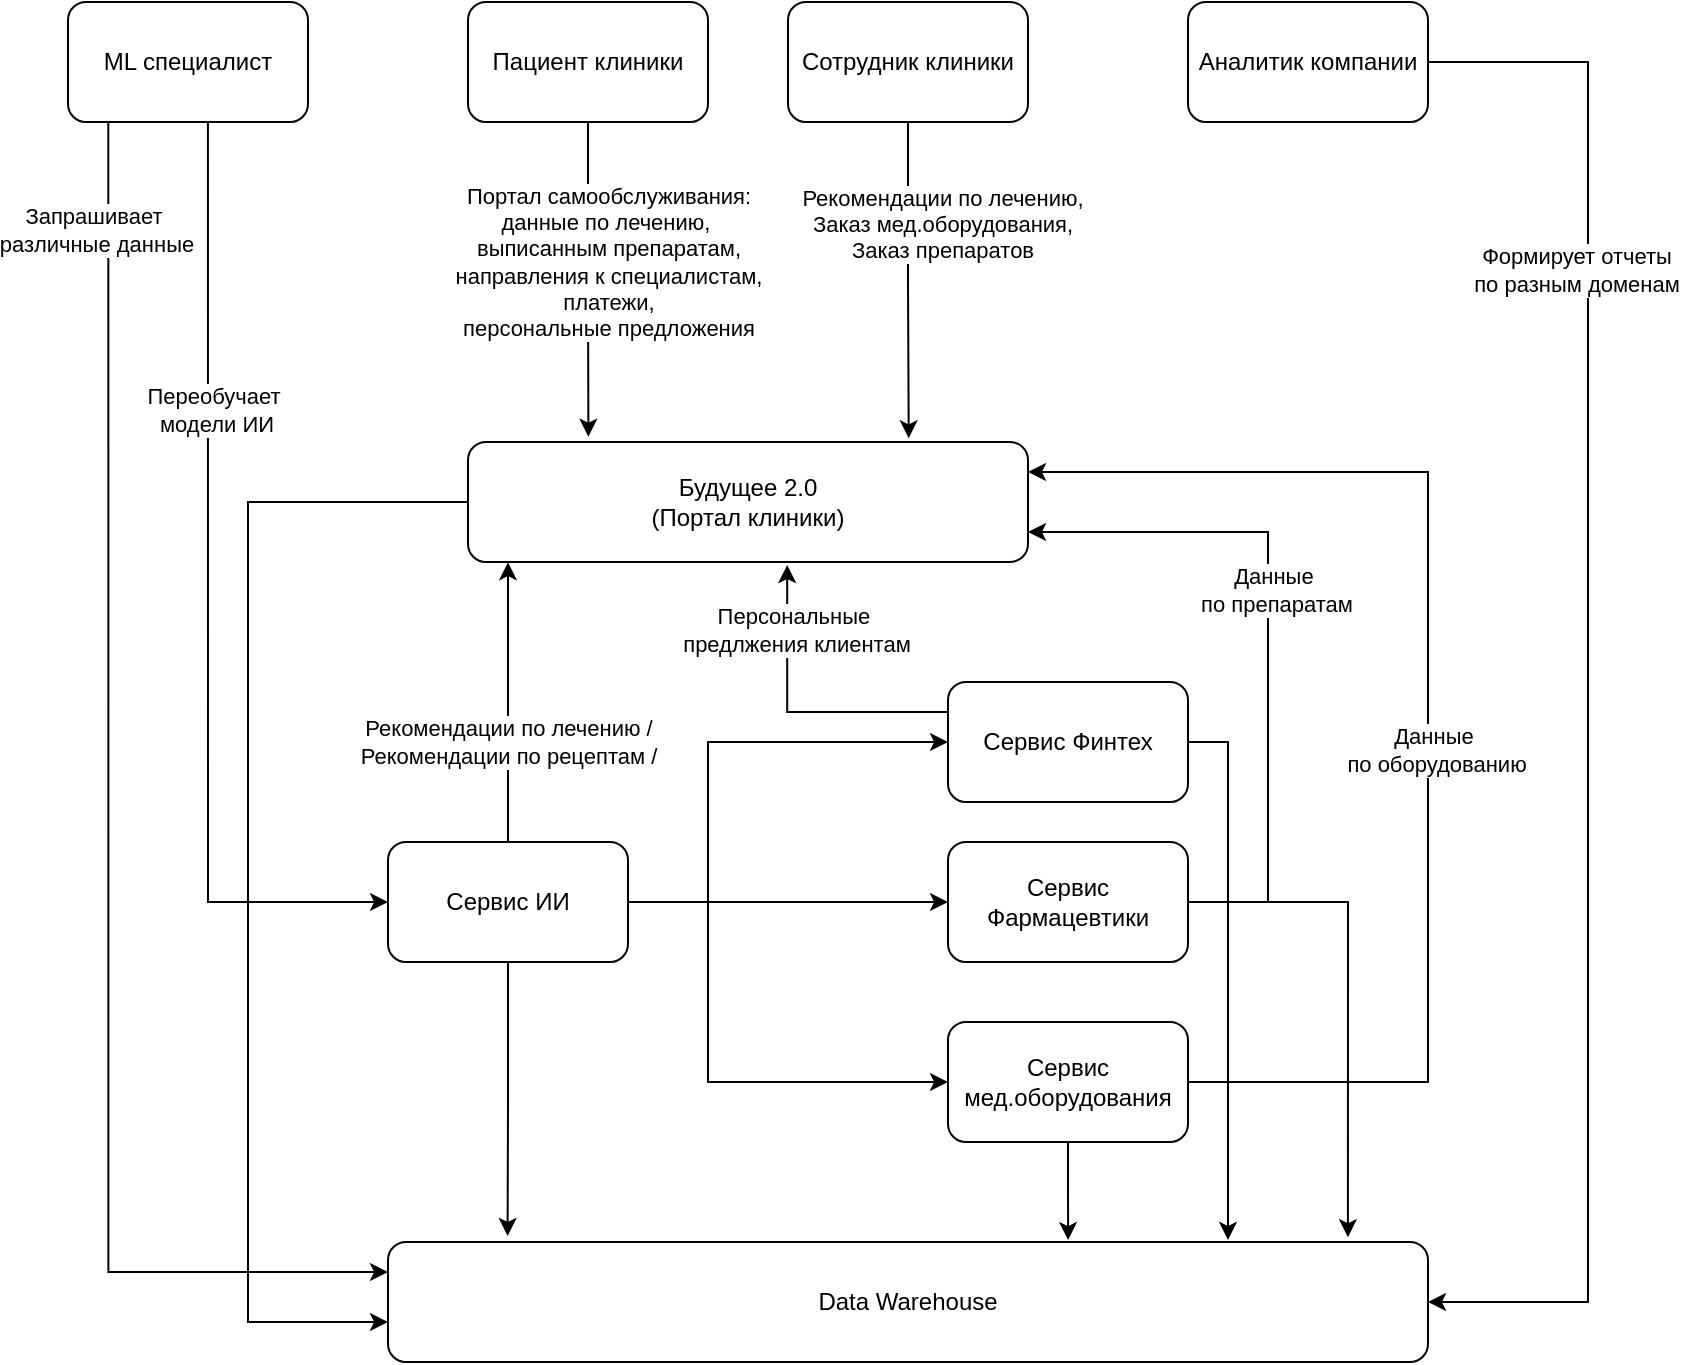
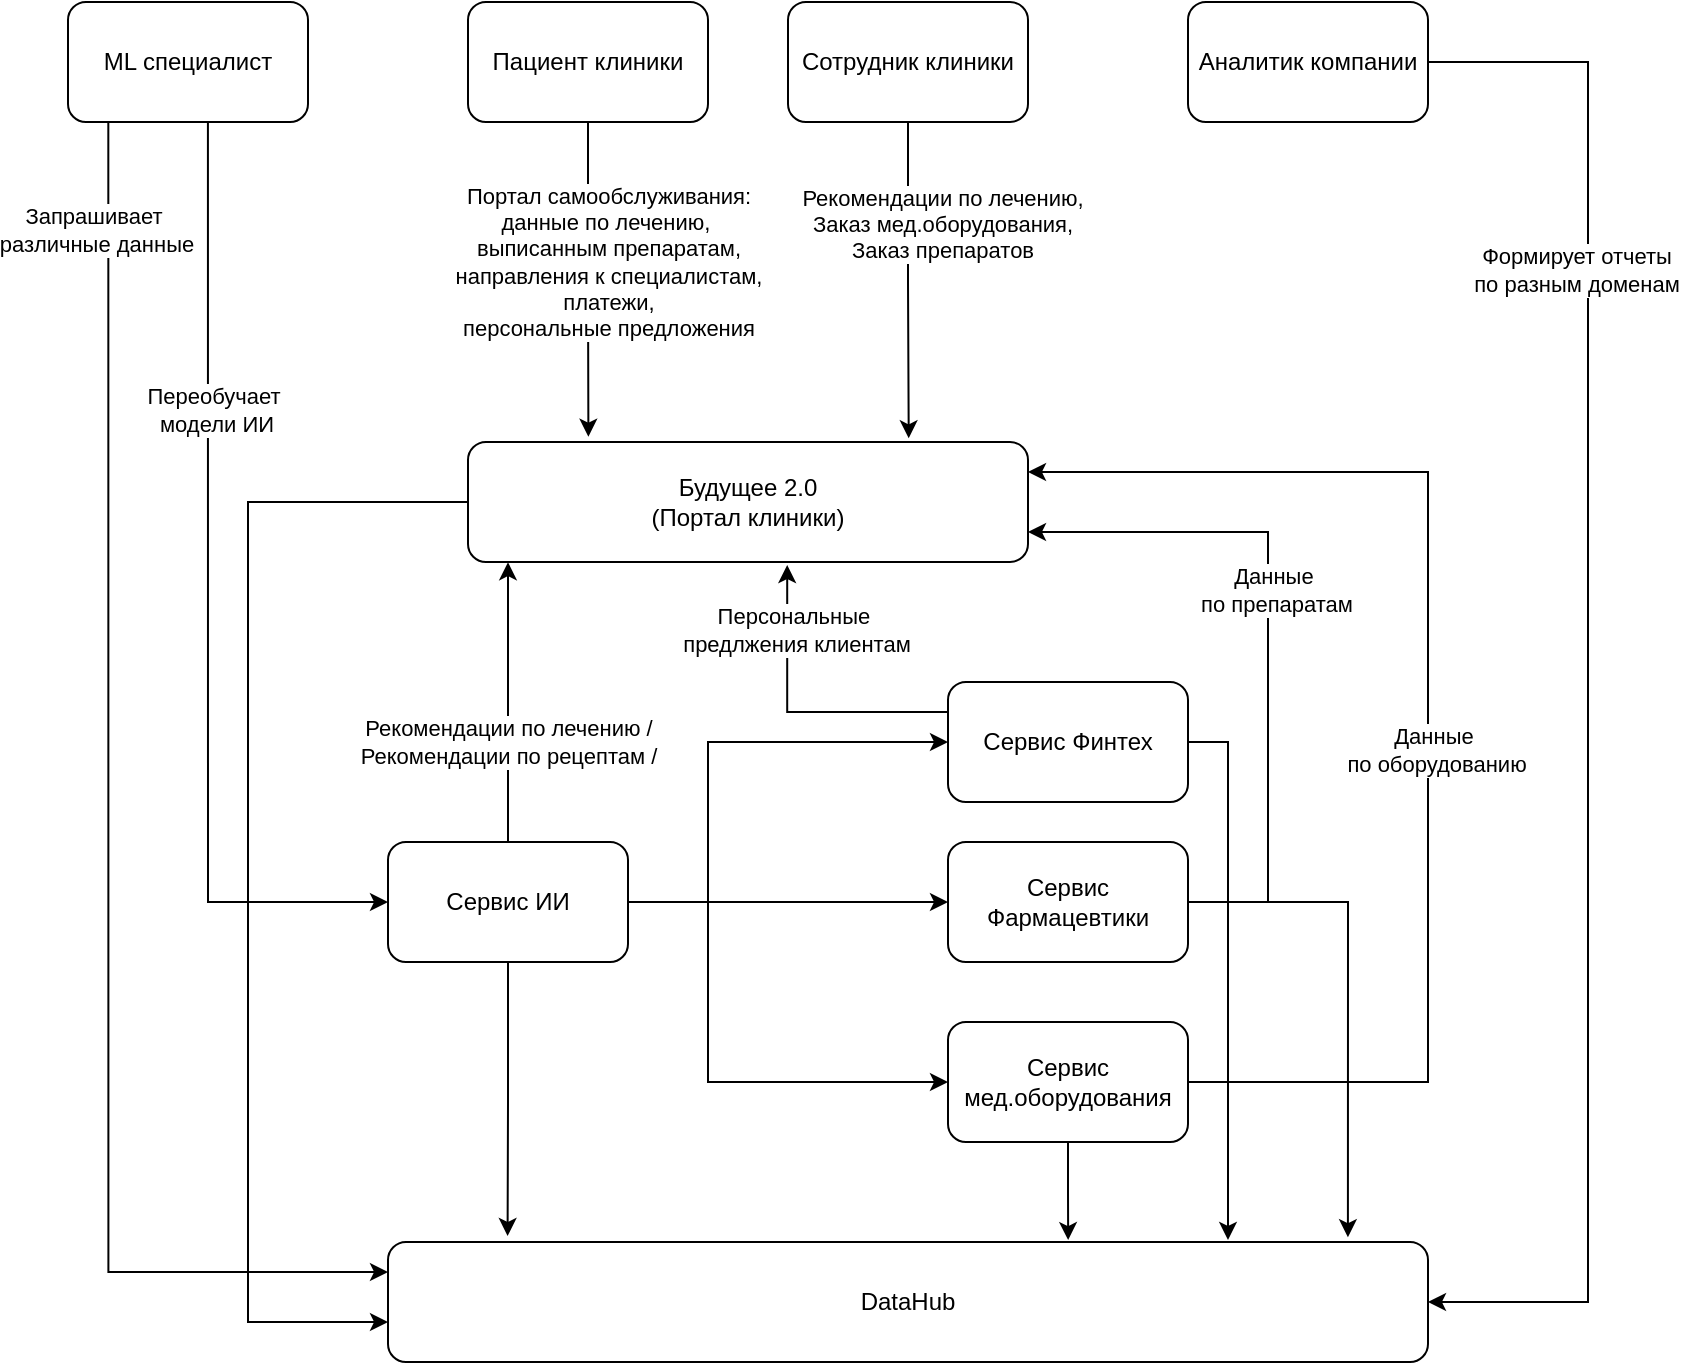
<mxfile host="Electron" agent="Mozilla/5.0 (Windows NT 10.0; Win64; x64) AppleWebKit/537.36 (KHTML, like Gecko) draw.io/26.2.15 Chrome/134.0.6998.205 Electron/35.2.1 Safari/537.36" version="26.2.15">
  <diagram name="Page-1" id="1I2C4oL9vxM1ZjqsWMkg">
-     <mxGraphModel dx="2677" dy="934" grid="1" gridSize="10" guides="1" tooltips="1" connect="1" arrows="1" fold="1" page="1" pageScale="1" pageWidth="827" pageHeight="1169" math="0" shadow="0">
+     <mxGraphModel dx="2492" dy="841" grid="1" gridSize="10" guides="1" tooltips="1" connect="1" arrows="1" fold="1" page="1" pageScale="1" pageWidth="827" pageHeight="1169" math="0" shadow="0">
      <root>
        <mxCell id="0" />
        <mxCell id="1" parent="0" />
-         <mxCell id="lUhLU4R9TQAHSMa_rPg--4" style="edgeStyle=orthogonalEdgeStyle;rounded=0;orthogonalLoop=1;jettySize=auto;html=1;exitX=0;exitY=0.5;exitDx=0;exitDy=0;entryX=0;entryY=0.667;entryDx=0;entryDy=0;entryPerimeter=0;" edge="1" parent="1" source="w_jysRJnu_GX03e_4apo-5" target="lUhLU4R9TQAHSMa_rPg--1">
+         <mxCell id="lUhLU4R9TQAHSMa_rPg--4" style="edgeStyle=orthogonalEdgeStyle;rounded=0;orthogonalLoop=1;jettySize=auto;html=1;exitX=0;exitY=0.5;exitDx=0;exitDy=0;entryX=0;entryY=0.667;entryDx=0;entryDy=0;entryPerimeter=0;" parent="1" source="w_jysRJnu_GX03e_4apo-5" target="lUhLU4R9TQAHSMa_rPg--1" edge="1">
          <mxGeometry relative="1" as="geometry">
            <mxPoint x="110" y="680" as="targetPoint" />
            <Array as="points">
              <mxPoint x="50" y="270" />
              <mxPoint x="50" y="680" />
            </Array>
          </mxGeometry>
        </mxCell>
        <mxCell id="w_jysRJnu_GX03e_4apo-5" value="Будущее 2.0 &lt;br&gt;(Портал клиники)" style="rounded=1;whiteSpace=wrap;html=1;" parent="1" vertex="1">
          <mxGeometry x="160" y="240" width="280" height="60" as="geometry" />
        </mxCell>
        <mxCell id="w_jysRJnu_GX03e_4apo-6" value="Сервис Финтех" style="rounded=1;whiteSpace=wrap;html=1;" parent="1" vertex="1">
          <mxGeometry x="400" y="360" width="120" height="60" as="geometry" />
        </mxCell>
        <mxCell id="w_jysRJnu_GX03e_4apo-39" style="edgeStyle=orthogonalEdgeStyle;rounded=0;orthogonalLoop=1;jettySize=auto;html=1;exitX=1;exitY=0.5;exitDx=0;exitDy=0;entryX=1;entryY=0.75;entryDx=0;entryDy=0;" parent="1" source="w_jysRJnu_GX03e_4apo-7" target="w_jysRJnu_GX03e_4apo-5" edge="1">
          <mxGeometry relative="1" as="geometry">
            <Array as="points">
              <mxPoint x="560" y="470" />
              <mxPoint x="560" y="285" />
            </Array>
          </mxGeometry>
        </mxCell>
-         <mxCell id="lUhLU4R9TQAHSMa_rPg--6" style="edgeStyle=orthogonalEdgeStyle;rounded=0;orthogonalLoop=1;jettySize=auto;html=1;exitX=1;exitY=0.5;exitDx=0;exitDy=0;entryX=0.923;entryY=-0.04;entryDx=0;entryDy=0;entryPerimeter=0;" edge="1" parent="1" source="w_jysRJnu_GX03e_4apo-7" target="lUhLU4R9TQAHSMa_rPg--1">
+         <mxCell id="lUhLU4R9TQAHSMa_rPg--6" style="edgeStyle=orthogonalEdgeStyle;rounded=0;orthogonalLoop=1;jettySize=auto;html=1;exitX=1;exitY=0.5;exitDx=0;exitDy=0;entryX=0.923;entryY=-0.04;entryDx=0;entryDy=0;entryPerimeter=0;" parent="1" source="w_jysRJnu_GX03e_4apo-7" target="lUhLU4R9TQAHSMa_rPg--1" edge="1">
          <mxGeometry relative="1" as="geometry">
            <mxPoint x="600" y="630" as="targetPoint" />
            <Array as="points">
              <mxPoint x="600" y="470" />
            </Array>
          </mxGeometry>
        </mxCell>
        <mxCell id="w_jysRJnu_GX03e_4apo-7" value="Сервис Фармацевтики" style="rounded=1;whiteSpace=wrap;html=1;" parent="1" vertex="1">
          <mxGeometry x="400" y="440" width="120" height="60" as="geometry" />
        </mxCell>
        <mxCell id="w_jysRJnu_GX03e_4apo-34" style="edgeStyle=orthogonalEdgeStyle;rounded=0;orthogonalLoop=1;jettySize=auto;html=1;exitX=1;exitY=0.5;exitDx=0;exitDy=0;entryX=0;entryY=0.5;entryDx=0;entryDy=0;" parent="1" source="w_jysRJnu_GX03e_4apo-16" target="w_jysRJnu_GX03e_4apo-6" edge="1">
          <mxGeometry relative="1" as="geometry">
            <mxPoint x="440" y="390.0000000000001" as="targetPoint" />
            <Array as="points">
              <mxPoint x="280" y="470" />
              <mxPoint x="280" y="390" />
            </Array>
          </mxGeometry>
        </mxCell>
        <mxCell id="w_jysRJnu_GX03e_4apo-35" style="edgeStyle=orthogonalEdgeStyle;rounded=0;orthogonalLoop=1;jettySize=auto;html=1;exitX=1;exitY=0.5;exitDx=0;exitDy=0;entryX=0;entryY=0.5;entryDx=0;entryDy=0;" parent="1" source="w_jysRJnu_GX03e_4apo-16" target="w_jysRJnu_GX03e_4apo-17" edge="1">
          <mxGeometry relative="1" as="geometry">
            <Array as="points">
              <mxPoint x="280" y="470" />
              <mxPoint x="280" y="560" />
            </Array>
          </mxGeometry>
        </mxCell>
        <mxCell id="w_jysRJnu_GX03e_4apo-36" style="edgeStyle=orthogonalEdgeStyle;rounded=0;orthogonalLoop=1;jettySize=auto;html=1;exitX=1;exitY=0.5;exitDx=0;exitDy=0;entryX=0;entryY=0.5;entryDx=0;entryDy=0;" parent="1" source="w_jysRJnu_GX03e_4apo-16" target="w_jysRJnu_GX03e_4apo-7" edge="1">
          <mxGeometry relative="1" as="geometry" />
        </mxCell>
        <mxCell id="w_jysRJnu_GX03e_4apo-16" value="Сервис ИИ" style="rounded=1;whiteSpace=wrap;html=1;" parent="1" vertex="1">
          <mxGeometry x="120" y="440" width="120" height="60" as="geometry" />
        </mxCell>
        <mxCell id="w_jysRJnu_GX03e_4apo-41" style="edgeStyle=orthogonalEdgeStyle;rounded=0;orthogonalLoop=1;jettySize=auto;html=1;exitX=1;exitY=0.5;exitDx=0;exitDy=0;entryX=1;entryY=0.25;entryDx=0;entryDy=0;" parent="1" source="w_jysRJnu_GX03e_4apo-17" target="w_jysRJnu_GX03e_4apo-5" edge="1">
          <mxGeometry relative="1" as="geometry">
            <Array as="points">
              <mxPoint x="640" y="560" />
              <mxPoint x="640" y="255" />
            </Array>
          </mxGeometry>
        </mxCell>
        <mxCell id="w_jysRJnu_GX03e_4apo-17" value="Сервис мед.оборудования" style="rounded=1;whiteSpace=wrap;html=1;" parent="1" vertex="1">
          <mxGeometry x="400" y="530" width="120" height="60" as="geometry" />
        </mxCell>
        <mxCell id="w_jysRJnu_GX03e_4apo-22" value="Пациент клиники" style="rounded=1;whiteSpace=wrap;html=1;" parent="1" vertex="1">
          <mxGeometry x="160" y="20" width="120" height="60" as="geometry" />
        </mxCell>
        <mxCell id="w_jysRJnu_GX03e_4apo-23" value="Сотрудник клиники" style="rounded=1;whiteSpace=wrap;html=1;" parent="1" vertex="1">
          <mxGeometry x="320" y="20" width="120" height="60" as="geometry" />
        </mxCell>
        <mxCell id="w_jysRJnu_GX03e_4apo-26" style="edgeStyle=orthogonalEdgeStyle;rounded=0;orthogonalLoop=1;jettySize=auto;html=1;exitX=0.5;exitY=0;exitDx=0;exitDy=0;entryX=0.068;entryY=1.001;entryDx=0;entryDy=0;entryPerimeter=0;" parent="1" source="w_jysRJnu_GX03e_4apo-16" target="w_jysRJnu_GX03e_4apo-5" edge="1">
          <mxGeometry relative="1" as="geometry">
            <mxPoint x="179" y="303" as="targetPoint" />
            <Array as="points">
              <mxPoint x="180" y="300" />
            </Array>
          </mxGeometry>
        </mxCell>
        <mxCell id="w_jysRJnu_GX03e_4apo-27" value="Рекомендации по лечению /&lt;div&gt;Рекомендации по рецептам /&lt;br&gt;&lt;/div&gt;" style="edgeLabel;html=1;align=center;verticalAlign=middle;resizable=0;points=[];" parent="1" vertex="1" connectable="0">
          <mxGeometry x="180.00344827586207" y="390" as="geometry" />
        </mxCell>
        <mxCell id="w_jysRJnu_GX03e_4apo-37" style="edgeStyle=orthogonalEdgeStyle;rounded=0;orthogonalLoop=1;jettySize=auto;html=1;exitX=0;exitY=0.25;exitDx=0;exitDy=0;entryX=0.57;entryY=1.025;entryDx=0;entryDy=0;entryPerimeter=0;" parent="1" source="w_jysRJnu_GX03e_4apo-6" target="w_jysRJnu_GX03e_4apo-5" edge="1">
          <mxGeometry relative="1" as="geometry" />
        </mxCell>
        <mxCell id="w_jysRJnu_GX03e_4apo-38" value="Персональные&amp;nbsp;&lt;div&gt;предлжения клиентам&lt;/div&gt;" style="edgeLabel;html=1;align=center;verticalAlign=middle;resizable=0;points=[];" parent="1" vertex="1" connectable="0">
          <mxGeometry x="330.00344827586207" y="340" as="geometry">
            <mxPoint x="-6" y="-6" as="offset" />
          </mxGeometry>
        </mxCell>
        <mxCell id="w_jysRJnu_GX03e_4apo-40" value="Данные&amp;nbsp;&lt;div&gt;по препаратам&lt;/div&gt;" style="edgeLabel;html=1;align=center;verticalAlign=middle;resizable=0;points=[];" parent="1" vertex="1" connectable="0">
          <mxGeometry x="570.0034482758621" y="320" as="geometry">
            <mxPoint x="-6" y="-6" as="offset" />
          </mxGeometry>
        </mxCell>
        <mxCell id="w_jysRJnu_GX03e_4apo-42" value="Данные&amp;nbsp;&lt;div&gt;по оборудованию&lt;/div&gt;" style="edgeLabel;html=1;align=center;verticalAlign=middle;resizable=0;points=[];" parent="1" vertex="1" connectable="0">
          <mxGeometry x="650.0034482758621" y="400" as="geometry">
            <mxPoint x="-6" y="-6" as="offset" />
          </mxGeometry>
        </mxCell>
        <mxCell id="w_jysRJnu_GX03e_4apo-43" style="edgeStyle=orthogonalEdgeStyle;rounded=0;orthogonalLoop=1;jettySize=auto;html=1;exitX=0.5;exitY=1;exitDx=0;exitDy=0;entryX=0.215;entryY=-0.044;entryDx=0;entryDy=0;entryPerimeter=0;" parent="1" source="w_jysRJnu_GX03e_4apo-22" target="w_jysRJnu_GX03e_4apo-5" edge="1">
          <mxGeometry relative="1" as="geometry" />
        </mxCell>
        <mxCell id="w_jysRJnu_GX03e_4apo-44" style="edgeStyle=orthogonalEdgeStyle;rounded=0;orthogonalLoop=1;jettySize=auto;html=1;exitX=0.5;exitY=1;exitDx=0;exitDy=0;entryX=0.787;entryY=-0.031;entryDx=0;entryDy=0;entryPerimeter=0;" parent="1" source="w_jysRJnu_GX03e_4apo-23" target="w_jysRJnu_GX03e_4apo-5" edge="1">
          <mxGeometry relative="1" as="geometry" />
        </mxCell>
        <mxCell id="w_jysRJnu_GX03e_4apo-45" value="&lt;div&gt;Портал самообслуживания:&lt;/div&gt;&lt;div&gt;данные по лечению,&amp;nbsp;&lt;/div&gt;&lt;div&gt;выписанным препаратам,&lt;/div&gt;&lt;div&gt;направления к специалистам,&lt;/div&gt;&lt;div&gt;платежи,&lt;/div&gt;&lt;div&gt;персональные предложения&lt;/div&gt;" style="edgeLabel;html=1;align=center;verticalAlign=middle;resizable=0;points=[];" parent="1" vertex="1" connectable="0">
          <mxGeometry x="230.00344827586207" y="150" as="geometry" />
        </mxCell>
        <mxCell id="w_jysRJnu_GX03e_4apo-47" value="Рекомендации по лечению,&lt;div&gt;Заказ мед.оборудования,&lt;/div&gt;&lt;div&gt;Заказ препаратов&lt;/div&gt;" style="edgeLabel;html=1;align=center;verticalAlign=middle;resizable=0;points=[];" parent="1" vertex="1" connectable="0">
          <mxGeometry x="180.00344827586207" y="340" as="geometry">
            <mxPoint x="217" y="-209" as="offset" />
          </mxGeometry>
        </mxCell>
-         <mxCell id="lUhLU4R9TQAHSMa_rPg--1" value="Data Warehouse" style="rounded=1;whiteSpace=wrap;html=1;" vertex="1" parent="1">
+         <mxCell id="lUhLU4R9TQAHSMa_rPg--1" value="DataHub" style="rounded=1;whiteSpace=wrap;html=1;" parent="1" vertex="1">
          <mxGeometry x="120" y="640" width="520" height="60" as="geometry" />
        </mxCell>
-         <mxCell id="lUhLU4R9TQAHSMa_rPg--2" style="edgeStyle=orthogonalEdgeStyle;rounded=0;orthogonalLoop=1;jettySize=auto;html=1;exitX=0.5;exitY=1;exitDx=0;exitDy=0;entryX=0.115;entryY=-0.05;entryDx=0;entryDy=0;entryPerimeter=0;" edge="1" parent="1" source="w_jysRJnu_GX03e_4apo-16" target="lUhLU4R9TQAHSMa_rPg--1">
+         <mxCell id="lUhLU4R9TQAHSMa_rPg--2" style="edgeStyle=orthogonalEdgeStyle;rounded=0;orthogonalLoop=1;jettySize=auto;html=1;exitX=0.5;exitY=1;exitDx=0;exitDy=0;entryX=0.115;entryY=-0.05;entryDx=0;entryDy=0;entryPerimeter=0;" parent="1" source="w_jysRJnu_GX03e_4apo-16" target="lUhLU4R9TQAHSMa_rPg--1" edge="1">
          <mxGeometry relative="1" as="geometry" />
        </mxCell>
-         <mxCell id="lUhLU4R9TQAHSMa_rPg--5" style="edgeStyle=orthogonalEdgeStyle;rounded=0;orthogonalLoop=1;jettySize=auto;html=1;exitX=1;exitY=0.5;exitDx=0;exitDy=0;" edge="1" parent="1" source="w_jysRJnu_GX03e_4apo-6">
+         <mxCell id="lUhLU4R9TQAHSMa_rPg--5" style="edgeStyle=orthogonalEdgeStyle;rounded=0;orthogonalLoop=1;jettySize=auto;html=1;exitX=1;exitY=0.5;exitDx=0;exitDy=0;" parent="1" source="w_jysRJnu_GX03e_4apo-6" edge="1">
          <mxGeometry relative="1" as="geometry">
            <mxPoint x="540" y="639" as="targetPoint" />
            <Array as="points">
              <mxPoint x="540" y="390" />
              <mxPoint x="540" y="639" />
            </Array>
          </mxGeometry>
        </mxCell>
-         <mxCell id="lUhLU4R9TQAHSMa_rPg--7" style="edgeStyle=orthogonalEdgeStyle;rounded=0;orthogonalLoop=1;jettySize=auto;html=1;exitX=0.5;exitY=1;exitDx=0;exitDy=0;entryX=0.654;entryY=-0.016;entryDx=0;entryDy=0;entryPerimeter=0;" edge="1" parent="1" source="w_jysRJnu_GX03e_4apo-17" target="lUhLU4R9TQAHSMa_rPg--1">
+         <mxCell id="lUhLU4R9TQAHSMa_rPg--7" style="edgeStyle=orthogonalEdgeStyle;rounded=0;orthogonalLoop=1;jettySize=auto;html=1;exitX=0.5;exitY=1;exitDx=0;exitDy=0;entryX=0.654;entryY=-0.016;entryDx=0;entryDy=0;entryPerimeter=0;" parent="1" source="w_jysRJnu_GX03e_4apo-17" target="lUhLU4R9TQAHSMa_rPg--1" edge="1">
          <mxGeometry relative="1" as="geometry" />
        </mxCell>
-         <mxCell id="lUhLU4R9TQAHSMa_rPg--9" style="edgeStyle=orthogonalEdgeStyle;rounded=0;orthogonalLoop=1;jettySize=auto;html=1;exitX=1;exitY=0.5;exitDx=0;exitDy=0;entryX=1;entryY=0.5;entryDx=0;entryDy=0;" edge="1" parent="1" source="lUhLU4R9TQAHSMa_rPg--8" target="lUhLU4R9TQAHSMa_rPg--1">
+         <mxCell id="lUhLU4R9TQAHSMa_rPg--9" style="edgeStyle=orthogonalEdgeStyle;rounded=0;orthogonalLoop=1;jettySize=auto;html=1;exitX=1;exitY=0.5;exitDx=0;exitDy=0;entryX=1;entryY=0.5;entryDx=0;entryDy=0;" parent="1" source="lUhLU4R9TQAHSMa_rPg--8" target="lUhLU4R9TQAHSMa_rPg--1" edge="1">
          <mxGeometry relative="1" as="geometry">
            <mxPoint x="740" y="660" as="targetPoint" />
            <Array as="points">
              <mxPoint x="720" y="50" />
              <mxPoint x="720" y="670" />
            </Array>
          </mxGeometry>
        </mxCell>
-         <mxCell id="lUhLU4R9TQAHSMa_rPg--8" value="Аналитик компании" style="rounded=1;whiteSpace=wrap;html=1;" vertex="1" parent="1">
+         <mxCell id="lUhLU4R9TQAHSMa_rPg--8" value="Аналитик компании" style="rounded=1;whiteSpace=wrap;html=1;" parent="1" vertex="1">
          <mxGeometry x="520" y="20" width="120" height="60" as="geometry" />
        </mxCell>
-         <mxCell id="lUhLU4R9TQAHSMa_rPg--10" value="Формирует отчеты&lt;div&gt;по разным доменам&lt;/div&gt;" style="edgeLabel;html=1;align=center;verticalAlign=middle;resizable=0;points=[];" vertex="1" connectable="0" parent="1">
+         <mxCell id="lUhLU4R9TQAHSMa_rPg--10" value="Формирует отчеты&lt;div&gt;по разным доменам&lt;/div&gt;" style="edgeLabel;html=1;align=center;verticalAlign=middle;resizable=0;points=[];" parent="1" vertex="1" connectable="0">
          <mxGeometry x="720.0034482758621" y="160" as="geometry">
            <mxPoint x="-6" y="-6" as="offset" />
          </mxGeometry>
        </mxCell>
-         <mxCell id="lUhLU4R9TQAHSMa_rPg--14" style="edgeStyle=orthogonalEdgeStyle;rounded=0;orthogonalLoop=1;jettySize=auto;html=1;exitX=0.168;exitY=1;exitDx=0;exitDy=0;entryX=0;entryY=0.25;entryDx=0;entryDy=0;exitPerimeter=0;" edge="1" parent="1" source="lUhLU4R9TQAHSMa_rPg--13" target="lUhLU4R9TQAHSMa_rPg--1">
+         <mxCell id="lUhLU4R9TQAHSMa_rPg--14" style="edgeStyle=orthogonalEdgeStyle;rounded=0;orthogonalLoop=1;jettySize=auto;html=1;exitX=0.168;exitY=1;exitDx=0;exitDy=0;entryX=0;entryY=0.25;entryDx=0;entryDy=0;exitPerimeter=0;" parent="1" source="lUhLU4R9TQAHSMa_rPg--13" target="lUhLU4R9TQAHSMa_rPg--1" edge="1">
          <mxGeometry relative="1" as="geometry">
            <Array as="points">
              <mxPoint x="-20" y="655" />
            </Array>
          </mxGeometry>
        </mxCell>
-         <mxCell id="lUhLU4R9TQAHSMa_rPg--16" style="edgeStyle=orthogonalEdgeStyle;rounded=0;orthogonalLoop=1;jettySize=auto;html=1;exitX=0.583;exitY=0.994;exitDx=0;exitDy=0;entryX=0;entryY=0.5;entryDx=0;entryDy=0;exitPerimeter=0;" edge="1" parent="1" source="lUhLU4R9TQAHSMa_rPg--13" target="w_jysRJnu_GX03e_4apo-16">
+         <mxCell id="lUhLU4R9TQAHSMa_rPg--16" style="edgeStyle=orthogonalEdgeStyle;rounded=0;orthogonalLoop=1;jettySize=auto;html=1;exitX=0.583;exitY=0.994;exitDx=0;exitDy=0;entryX=0;entryY=0.5;entryDx=0;entryDy=0;exitPerimeter=0;" parent="1" source="lUhLU4R9TQAHSMa_rPg--13" target="w_jysRJnu_GX03e_4apo-16" edge="1">
          <mxGeometry relative="1" as="geometry">
            <Array as="points">
              <mxPoint x="30" y="470" />
            </Array>
          </mxGeometry>
        </mxCell>
-         <mxCell id="lUhLU4R9TQAHSMa_rPg--13" value="ML специалист" style="rounded=1;whiteSpace=wrap;html=1;" vertex="1" parent="1">
+         <mxCell id="lUhLU4R9TQAHSMa_rPg--13" value="ML специалист" style="rounded=1;whiteSpace=wrap;html=1;" parent="1" vertex="1">
          <mxGeometry x="-40" y="20" width="120" height="60" as="geometry" />
        </mxCell>
-         <mxCell id="lUhLU4R9TQAHSMa_rPg--15" value="Запрашивает&amp;nbsp;&lt;div&gt;различные данные&lt;/div&gt;" style="edgeLabel;html=1;align=center;verticalAlign=middle;resizable=0;points=[];" vertex="1" connectable="0" parent="1">
+         <mxCell id="lUhLU4R9TQAHSMa_rPg--15" value="Запрашивает&amp;nbsp;&lt;div&gt;различные данные&lt;/div&gt;" style="edgeLabel;html=1;align=center;verticalAlign=middle;resizable=0;points=[];" parent="1" vertex="1" connectable="0">
          <mxGeometry x="-19.99655172413793" y="140" as="geometry">
            <mxPoint x="-6" y="-6" as="offset" />
          </mxGeometry>
        </mxCell>
-         <mxCell id="lUhLU4R9TQAHSMa_rPg--17" value="Переобучает&amp;nbsp;&lt;div&gt;модели ИИ&lt;/div&gt;" style="edgeLabel;html=1;align=center;verticalAlign=middle;resizable=0;points=[];" vertex="1" connectable="0" parent="1">
+         <mxCell id="lUhLU4R9TQAHSMa_rPg--17" value="Переобучает&amp;nbsp;&lt;div&gt;модели ИИ&lt;/div&gt;" style="edgeLabel;html=1;align=center;verticalAlign=middle;resizable=0;points=[];" parent="1" vertex="1" connectable="0">
          <mxGeometry x="40.00344827586207" y="230" as="geometry">
            <mxPoint x="-6" y="-6" as="offset" />
          </mxGeometry>
        </mxCell>
      </root>
    </mxGraphModel>
  </diagram>
</mxfile>
